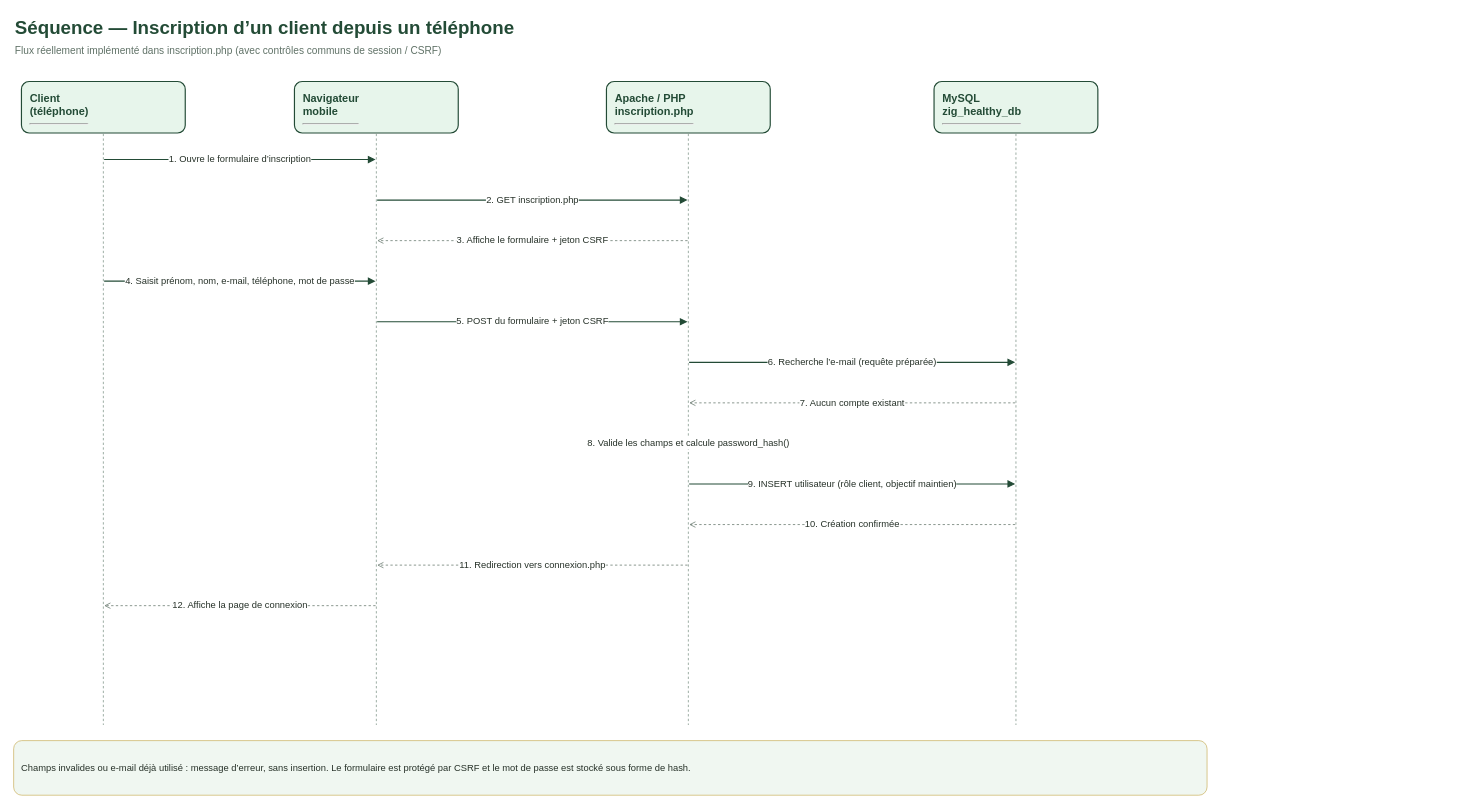
Above: page "Séquence - inscription" (4 of 8) of diagrammes_SSHealthy.drawio in nooralshams/SS-Healthy (draw.io), before the change. Source tidied: cells renumbered, new cells numbered last; positions are measured from the earlier drawing's top-left corner, leaving out a move shared by most shapes. Both pictures are drawn from the tidied source at 78%, with x=0, y=0 at pixel (13, 13).
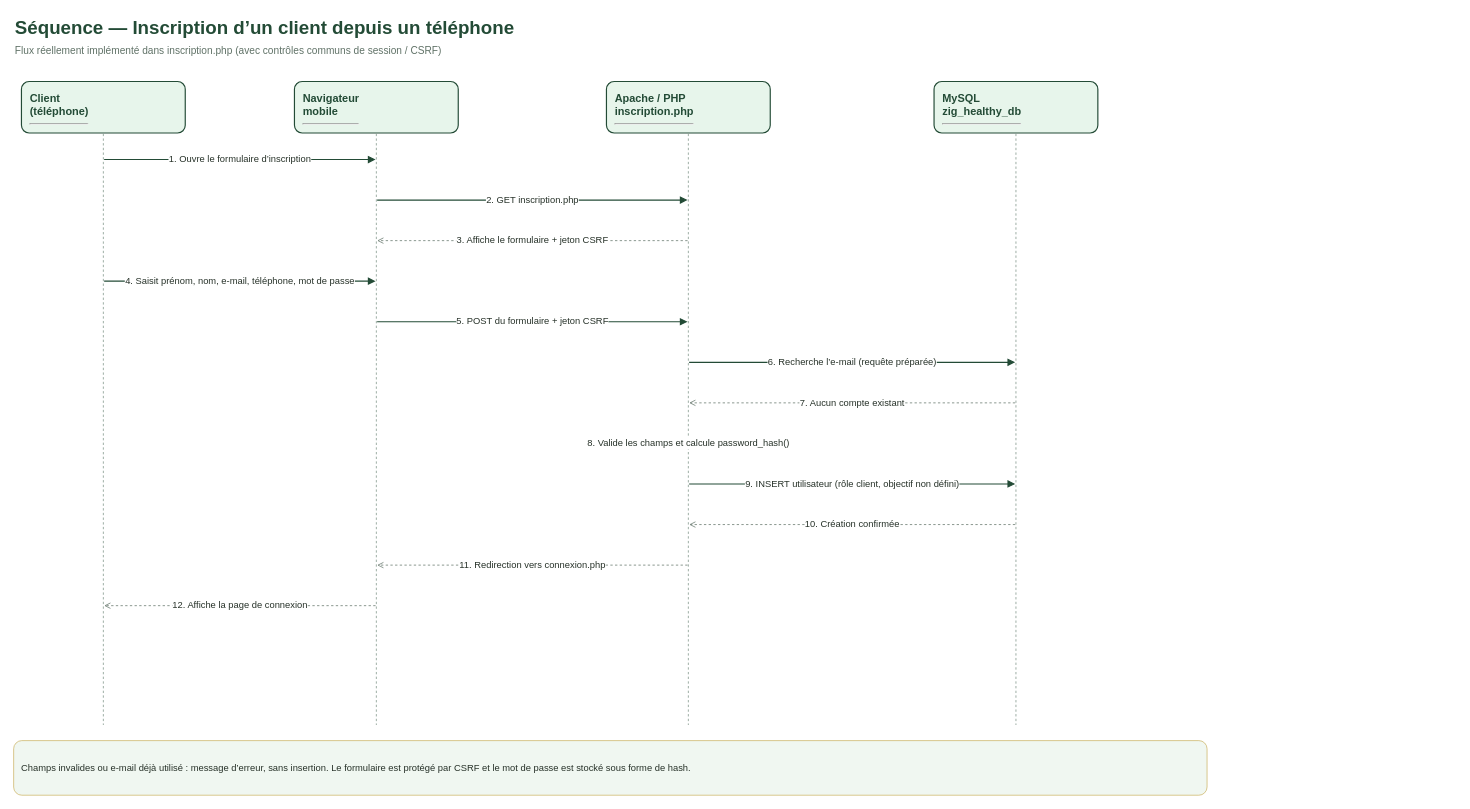
The same diagram, later.

The change refers to these unchanged cells:
```xml
<mxCell id="43" style="ellipse;fillColor=none;strokeColor=none;opacity=0;" parent="1" vertex="1">
  <mxGeometry x="864" y="602" width="2" height="2" as="geometry" />
</mxCell>
<mxCell id="44" style="ellipse;fillColor=none;strokeColor=none;opacity=0;" parent="1" vertex="1">
  <mxGeometry x="1284" y="602" width="2" height="2" as="geometry" />
</mxCell>
```

Change to the diagram source:
```diff
@@
-    <mxCell id="45" value="9. INSERT utilisateur (rôle client, objectif maintien)" style="edgeStyle=none;html=1;strokeColor=#234B36;strokeWidth=1.5;endArrow=block;endFill=1;fontSize=12;fontColor=#263128;labelBackgroundColor=#FFFFFF;" parent="1" edge="1" source="43" target="44">
+    <mxCell id="45" value="9. INSERT utilisateur (rôle client, objectif non défini)" style="edgeStyle=none;html=1;strokeColor=#234B36;strokeWidth=1.5;endArrow=block;endFill=1;fontSize=12;fontColor=#263128;labelBackgroundColor=#FFFFFF;" parent="1" edge="1" source="43" target="44">
       <mxGeometry relative="1" as="geometry" />
     </mxCell>
```
